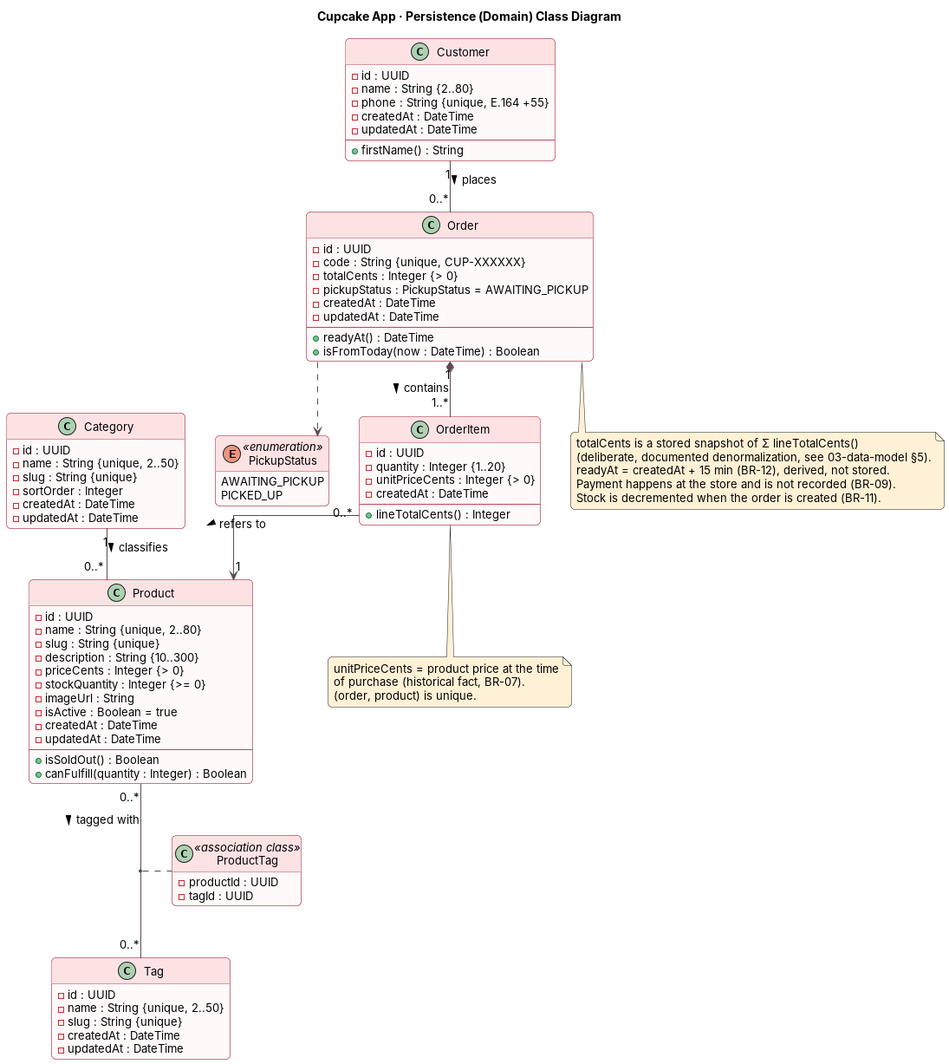
Earlier version of the PlantUML export docs/diagrams/class-diagram/class-diagram.png (tiagopacedev/cupcake-app).
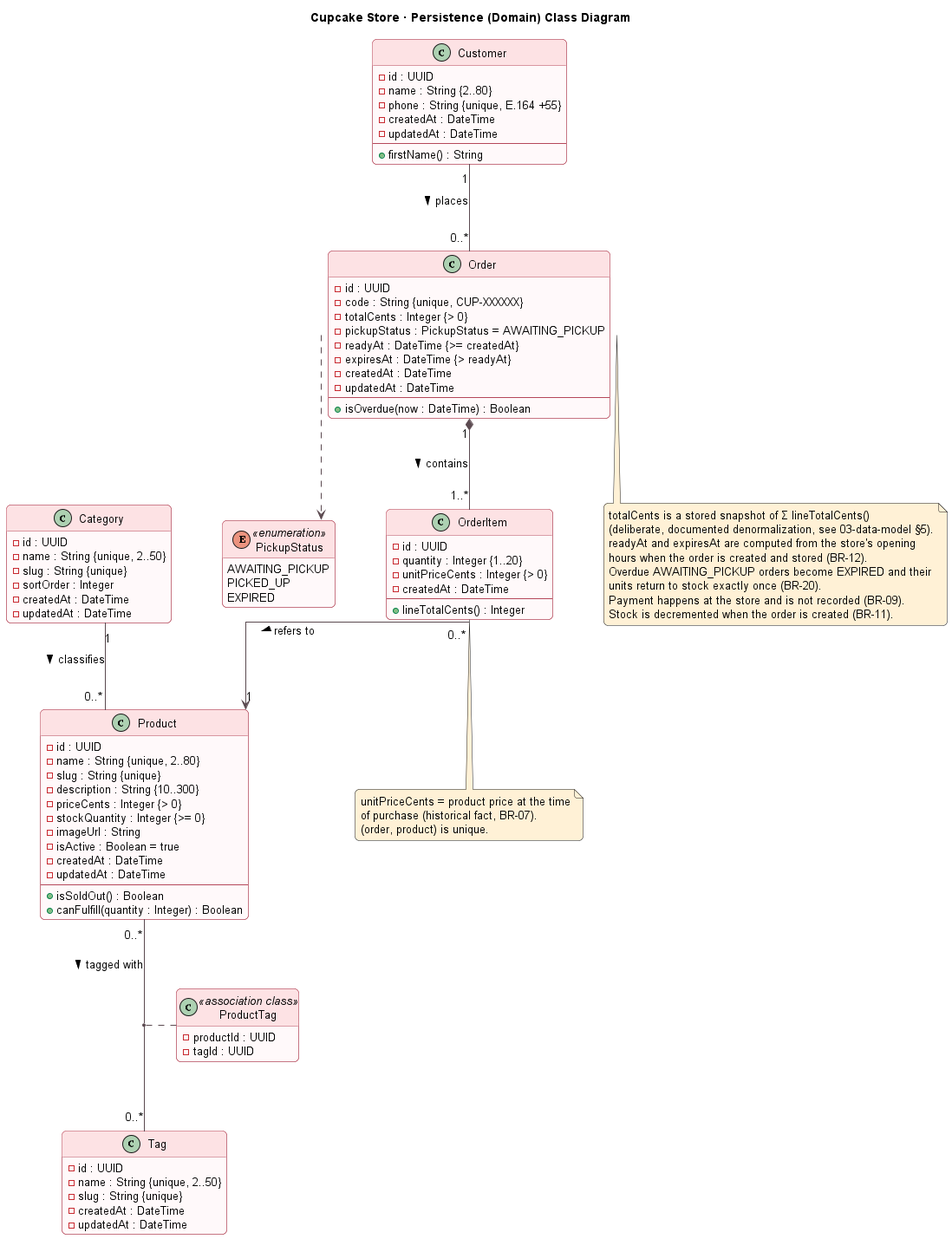
After the change.

Change to the diagram source:
```diff
@@ -1,12 +1,13 @@
 @startuml class-diagram
 !include ../_style.iuml
-title Cupcake App · Persistence (Domain) Class Diagram
+title Cupcake Store · Persistence (Domain) Class Diagram
 hide empty members
 skinparam linetype ortho
 
 enum PickupStatus <<enumeration>> {
   AWAITING_PICKUP
   PICKED_UP
+  EXPIRED
 }
 
 class Category {
@@ -62,11 +63,12 @@
   - code : String {unique, CUP-XXXXXX}
   - totalCents : Integer {> 0}
   - pickupStatus : PickupStatus = AWAITING_PICKUP
+  - readyAt : DateTime {>= createdAt}
+  - expiresAt : DateTime {> readyAt}
   - createdAt : DateTime
   - updatedAt : DateTime
   --
-  + readyAt() : DateTime
-  + isFromToday(now : DateTime) : Boolean
+  + isOverdue(now : DateTime) : Boolean
 }
 
 class OrderItem {
@@ -89,7 +91,10 @@
 note bottom of Order
   totalCents is a stored snapshot of Σ lineTotalCents()
   (deliberate, documented denormalization, see 03-data-model §5).
-  readyAt = createdAt + 15 min (BR-12), derived, not stored.
+  readyAt and expiresAt are computed from the store's opening
+  hours when the order is created and stored (BR-12).
+  Overdue AWAITING_PICKUP orders become EXPIRED and their
+  units return to stock exactly once (BR-20).
   Payment happens at the store and is not recorded (BR-09).
   Stock is decremented when the order is created (BR-11).
 end note
```
